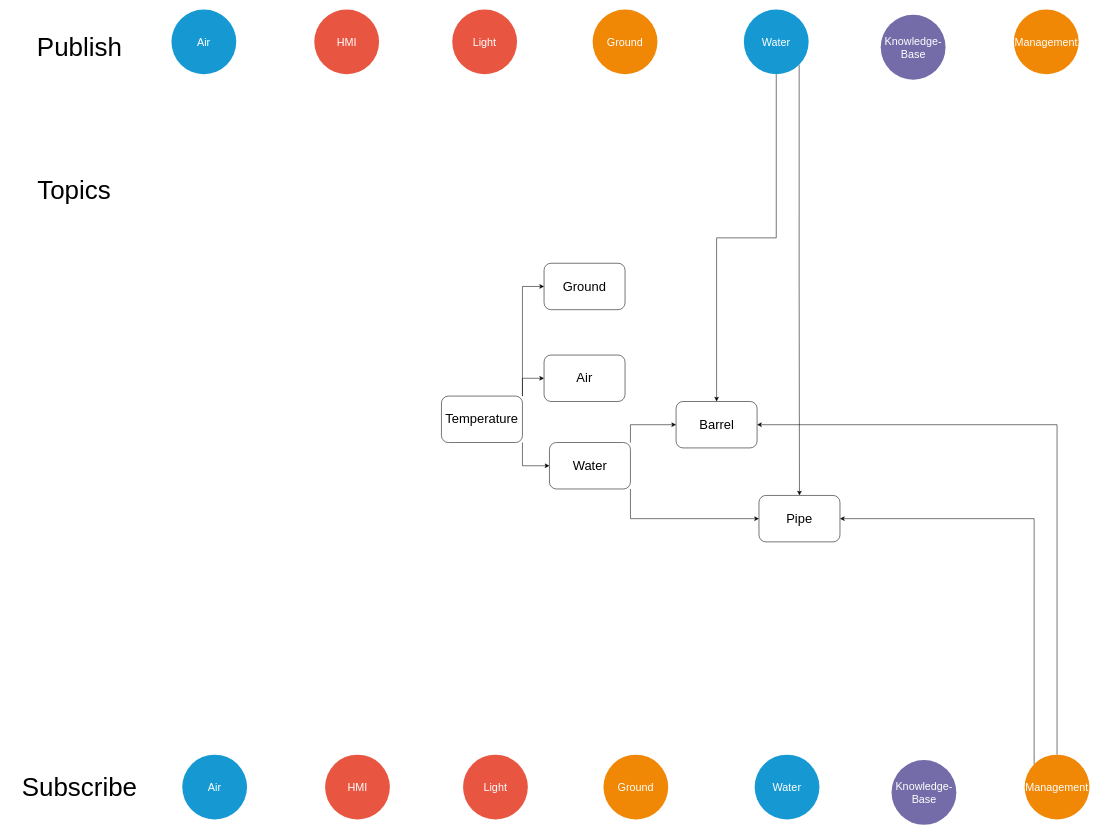
The draw.io diagram topic-temperature_iot-greenhouse.drawio in asfe0001/IoT-Greenhouse, before the edit. Source tidied: cells renumbered, new cells numbered last; positions are measured from the earlier drawing's top-left corner, leaving out a move shared by most shapes. Both pictures are drawn from the tidied source at 54%, with x=0, y=0 at pixel (9, 9).
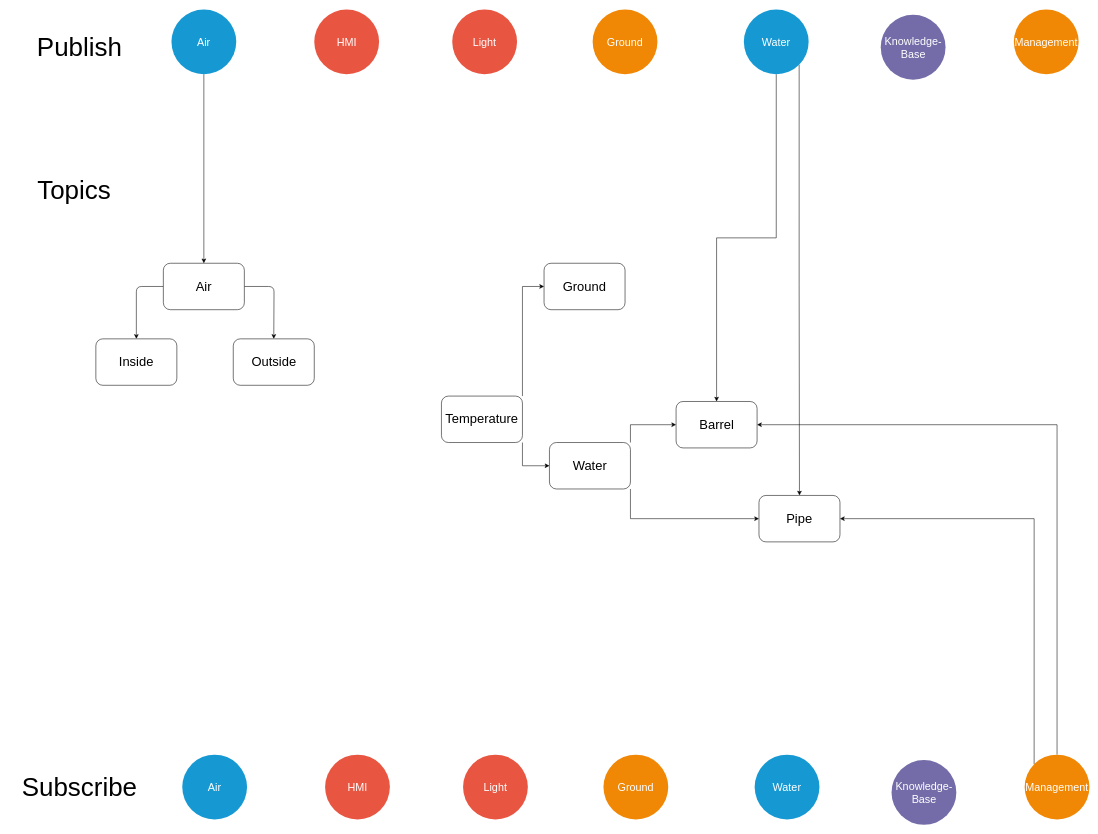
Above is the later version.

Commit message:
feat: added Air topic to mqtt overview draw.io

Unchanged cells that the change refers to:
```xml
<mxCell id="2" value="Air" style="ellipse;whiteSpace=wrap;html=1;shadow=0;fontFamily=Helvetica;fontSize=20;fontColor=#FFFFFF;align=center;strokeWidth=3;fillColor=#1699D3;strokeColor=none;" parent="1" vertex="1">
  <mxGeometry x="300" width="120" height="120" as="geometry" />
</mxCell>
<mxCell id="23" value="&lt;font style=&quot;font-size: 24px&quot;&gt;Temperature&lt;/font&gt;" style="rounded=1;whiteSpace=wrap;html=1;" parent="1" vertex="1">
  <mxGeometry x="800" y="716" width="150" height="86" as="geometry" />
</mxCell>
```

The edit, as a diff of the source:
```diff
@@
+    <mxCell id="34" style="edgeStyle=none;html=1;entryX=0.5;entryY=0;entryDx=0;entryDy=0;" parent="1" edge="1" source="2" target="27">
+      <mxGeometry relative="1" as="geometry" />
+    </mxCell>
@@
-    <mxCell id="20" style="edgeStyle=orthogonalEdgeStyle;rounded=0;jettySize=auto;html=1;exitX=1;exitY=0;exitDx=0;exitDy=0;entryX=0;entryY=0.5;entryDx=0;entryDy=0;" parent="1" edge="1" source="23" target="27">
-      <mxGeometry relative="1" as="geometry" />
-    </mxCell>
@@
-    <mxCell id="27" value="&lt;font style=&quot;font-size: 24px&quot;&gt;Air&lt;/font&gt;" style="rounded=1;whiteSpace=wrap;html=1;" parent="1" vertex="1">
-      <mxGeometry x="990" y="640" width="150" height="86" as="geometry" />
-    </mxCell>
@@
+    <mxCell id="35" style="edgeStyle=none;html=1;entryX=0.5;entryY=0;entryDx=0;entryDy=0;" parent="1" edge="1" source="27" target="38">
+      <mxGeometry relative="1" as="geometry">
+        <Array as="points">
+          <mxPoint x="490" y="513" />
+        </Array>
+      </mxGeometry>
+    </mxCell>
+    <mxCell id="36" style="edgeStyle=none;html=1;exitX=0;exitY=0.5;exitDx=0;exitDy=0;entryX=0.5;entryY=0;entryDx=0;entryDy=0;" parent="1" edge="1" source="27" target="37">
+      <mxGeometry relative="1" as="geometry">
+        <Array as="points">
+          <mxPoint x="235" y="513" />
+        </Array>
+      </mxGeometry>
+    </mxCell>
+    <mxCell id="27" value="&lt;font style=&quot;font-size: 24px&quot;&gt;Air&lt;/font&gt;" style="rounded=1;whiteSpace=wrap;html=1;" parent="1" vertex="1">
+      <mxGeometry x="285" y="470" width="150" height="86" as="geometry" />
+    </mxCell>
+    <mxCell id="37" value="&lt;font style=&quot;font-size: 24px&quot;&gt;Inside&lt;/font&gt;" style="rounded=1;whiteSpace=wrap;html=1;" parent="1" vertex="1">
+      <mxGeometry x="160" y="610" width="150" height="86" as="geometry" />
+    </mxCell>
+    <mxCell id="38" value="&lt;font style=&quot;font-size: 24px&quot;&gt;Outside&lt;/font&gt;" style="rounded=1;whiteSpace=wrap;html=1;" parent="1" vertex="1">
+      <mxGeometry x="414.5" y="610" width="150" height="86" as="geometry" />
+    </mxCell>
```
